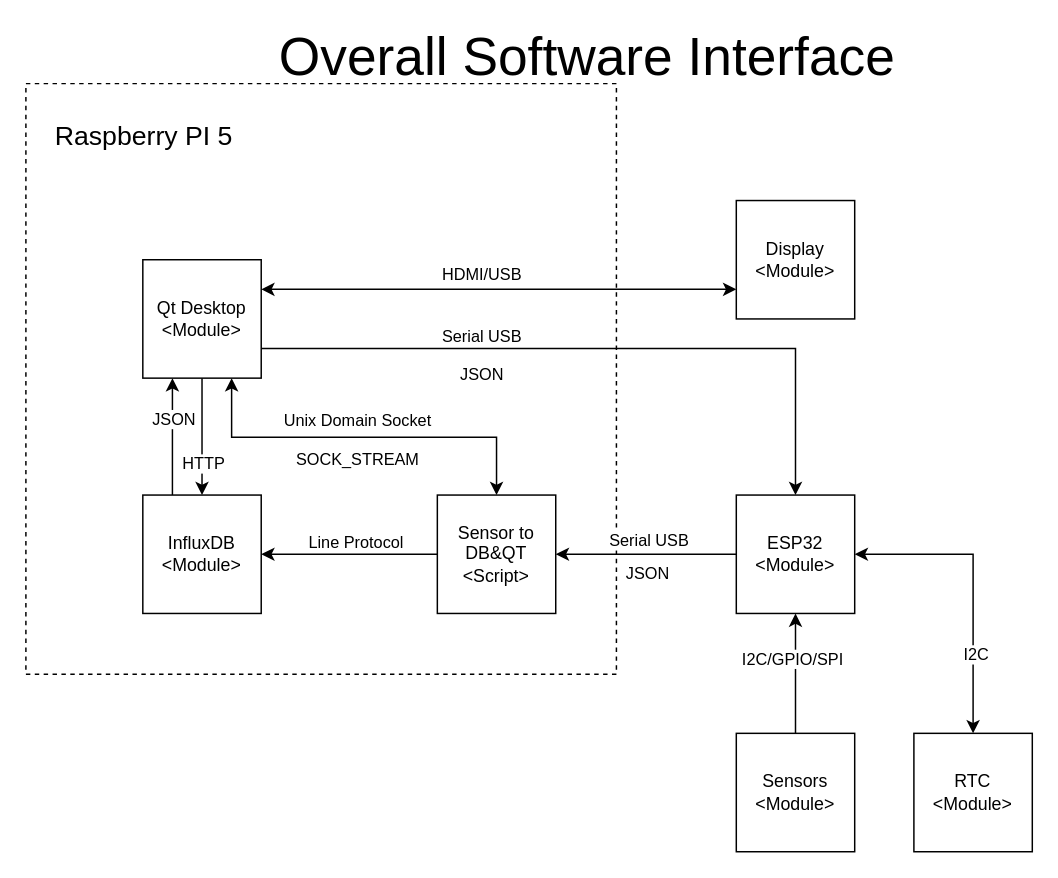
Before: diagrams/Overall_Software_Interface.drawio in martintara/kaffeknekt, a draw.io diagram. Source tidied: cells renumbered, new cells numbered last; positions are measured from the earlier drawing's top-left corner, leaving out a move shared by most shapes. Both pictures are drawn from the tidied source at 148%, with x=0, y=0 at pixel (25, 34).
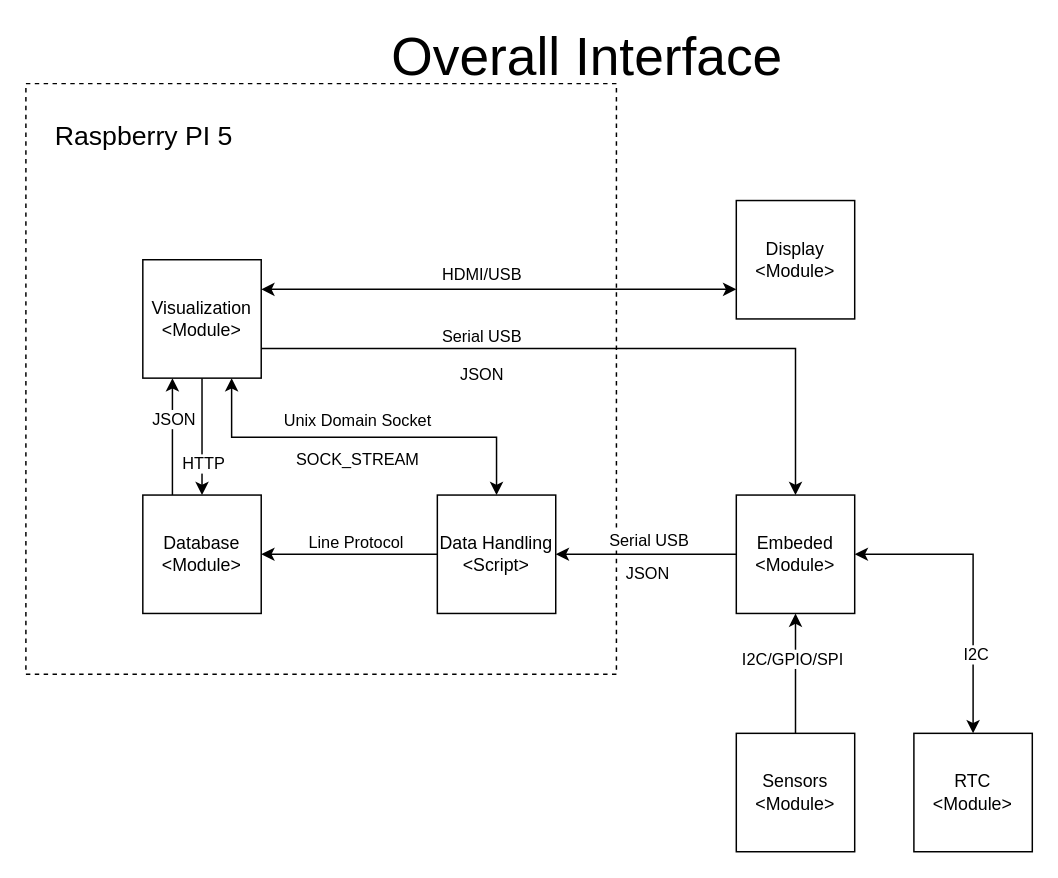
After the change.

Diff of the diagram source:
```diff
@@
-    <mxCell id="2" value="&lt;font style=&quot;font-size: 36px;&quot;&gt;Overall Software Interface&lt;/font&gt;" style="text;html=1;align=center;verticalAlign=middle;whiteSpace=wrap;rounded=0;" parent="1" vertex="1">
+    <mxCell id="2" value="&lt;font style=&quot;font-size: 36px;&quot;&gt;Overall Interface&lt;/font&gt;" style="text;html=1;align=center;verticalAlign=middle;whiteSpace=wrap;rounded=0;" parent="1" vertex="1">
       <mxGeometry x="159" width="441" height="30" as="geometry" />
     </mxCell>
@@
-    <mxCell id="5" value="InfluxDB&lt;br&gt;&amp;lt;Module&amp;gt;" style="whiteSpace=wrap;html=1;" parent="1" vertex="1">
+    <mxCell id="5" value="Database&lt;br&gt;&amp;lt;Module&amp;gt;" style="whiteSpace=wrap;html=1;" parent="1" vertex="1">
       <mxGeometry x="79" y="311" width="80" height="80" as="geometry" />
     </mxCell>
@@
-    <mxCell id="14" value="Qt Desktop&lt;br&gt;&amp;lt;Module&amp;gt;" style="whiteSpace=wrap;html=1;" parent="1" vertex="1">
+    <mxCell id="14" value="Visualization&lt;br&gt;&amp;lt;Module&amp;gt;" style="whiteSpace=wrap;html=1;" parent="1" vertex="1">
       <mxGeometry x="79" y="152" width="80" height="80" as="geometry" />
     </mxCell>
@@
-    <mxCell id="18" value="ESP32&lt;br&gt;&amp;lt;Module&amp;gt;" style="whiteSpace=wrap;html=1;" parent="1" vertex="1">
+    <mxCell id="18" value="Embeded&lt;br&gt;&amp;lt;Module&amp;gt;" style="whiteSpace=wrap;html=1;" parent="1" vertex="1">
       <mxGeometry x="480" y="311" width="80" height="80" as="geometry" />
     </mxCell>
@@
-    <mxCell id="27" value="Sensor to DB&amp;amp;QT&lt;br&gt;&amp;lt;Script&amp;gt;" style="whiteSpace=wrap;html=1;" parent="1" vertex="1">
+    <mxCell id="27" value="Data Handling&lt;br&gt;&amp;lt;Script&amp;gt;" style="whiteSpace=wrap;html=1;" parent="1" vertex="1">
       <mxGeometry x="278" y="311" width="80" height="80" as="geometry" />
     </mxCell>
```
